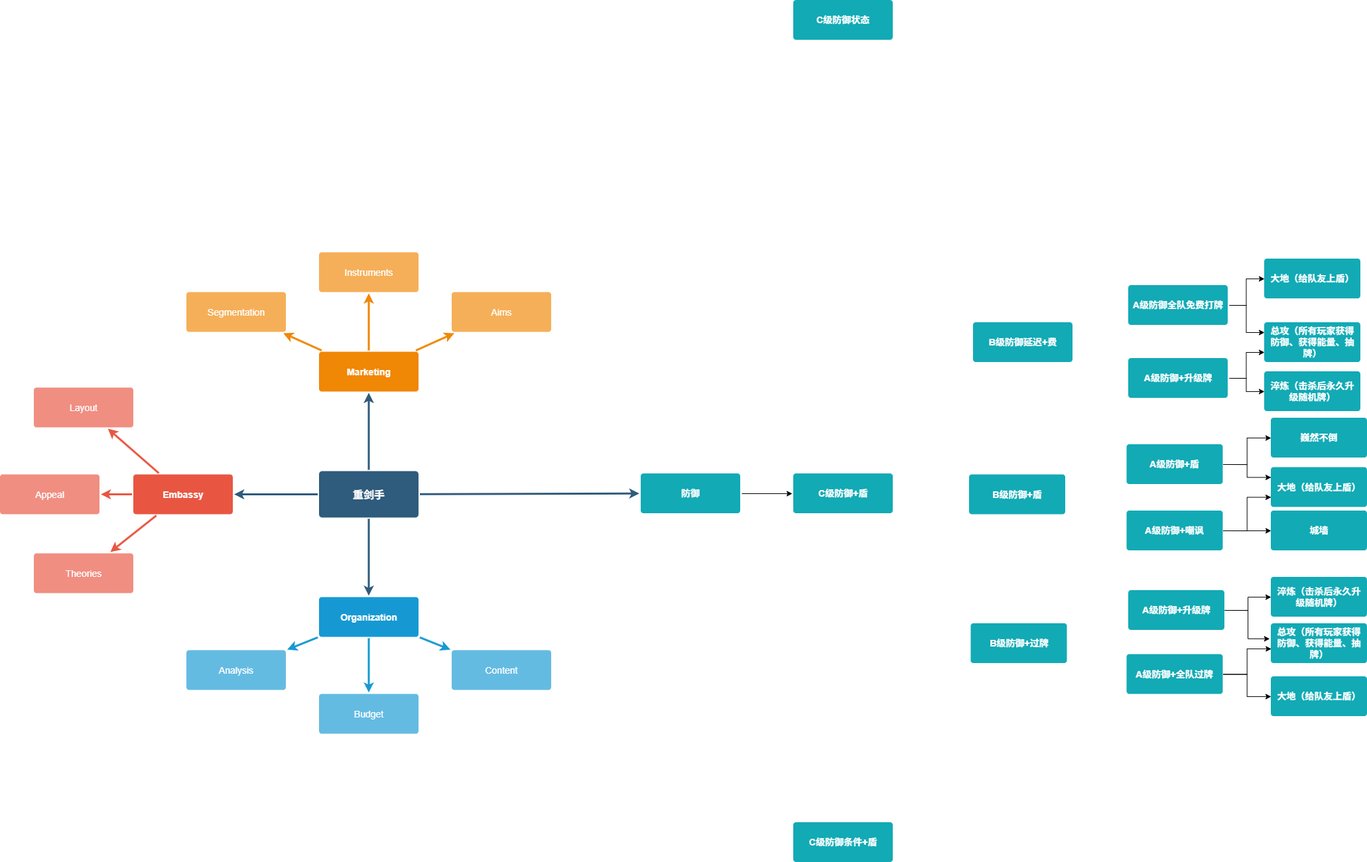
Before: README/角色设计/卡牌分支图/重剑手.png, a diagram exported from draw.io (114errors514warnings/CardTemplate---godot). Source tidied: cells renumbered, new cells last; positions are measured from the earlier drawing's top-left corner, leaving out a move shared by most shapes.
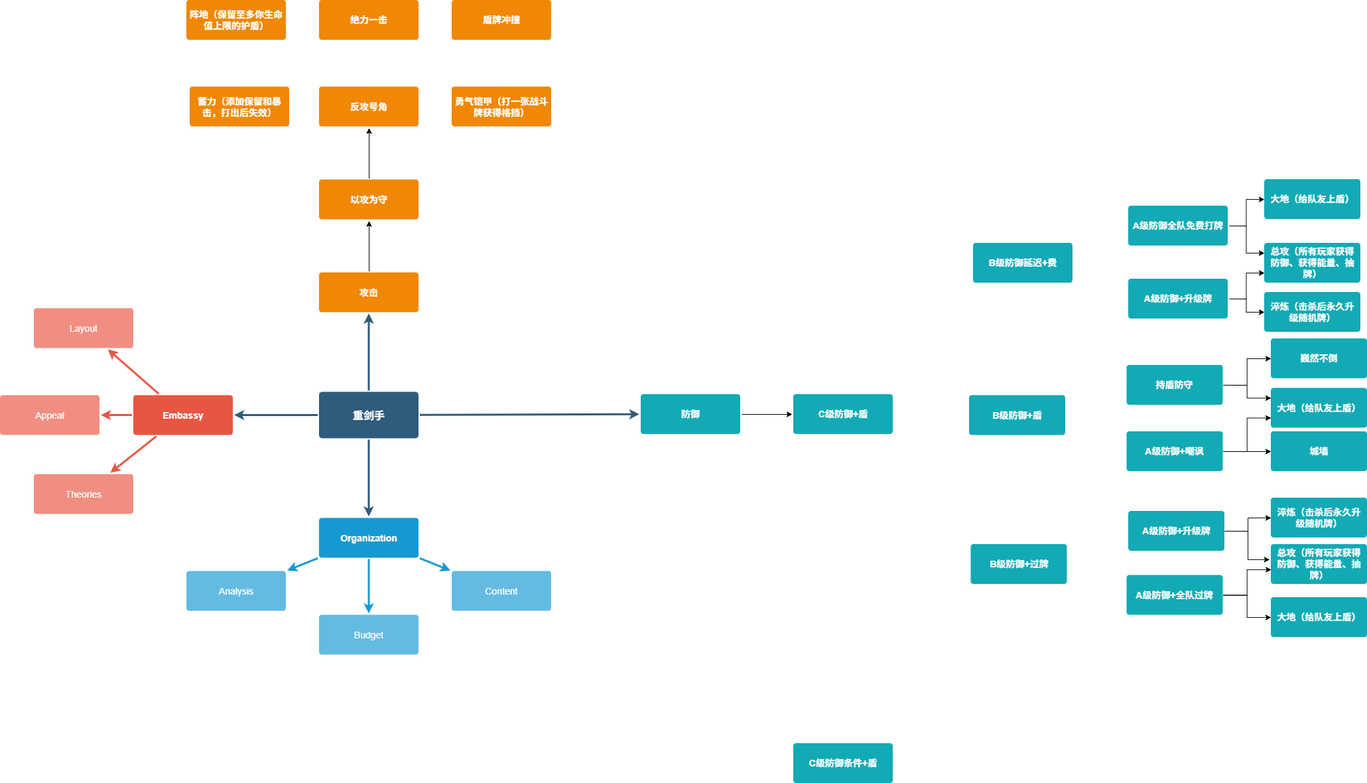
The same diagram one commit later.

Commit message:
重剑手额外更新

What changed in the source:
```diff
@@ -59,36 +59,18 @@
     <mxCell id="20" value="Analysis" style="rounded=1;whiteSpace=wrap;html=1;shadow=0;labelBackgroundColor=none;strokeColor=none;strokeWidth=3;fillColor=#64bbe2;fontFamily=Helvetica;fontSize=14;fontColor=#FFFFFF;align=center;spacing=5;arcSize=7;perimeterSpacing=2;" parent="1" vertex="1">
       <mxGeometry x="281" y="980.5" width="150" height="60" as="geometry" />
     </mxCell>
+    <mxCell id="63" style="edgeStyle=orthogonalEdgeStyle;rounded=0;jettySize=auto;html=1;" parent="1" edge="1" source="21" target="65">
+      <mxGeometry relative="1" as="geometry" />
+    </mxCell>
-    <mxCell id="21" value="Marketing" style="rounded=1;whiteSpace=wrap;html=1;shadow=0;labelBackgroundColor=none;strokeColor=none;strokeWidth=3;fillColor=#F08705;fontFamily=Helvetica;fontSize=14;fontColor=#FFFFFF;align=center;spacing=5;fontStyle=1;arcSize=7;perimeterSpacing=2;" parent="1" vertex="1">
+    <mxCell id="21" value="攻击" style="rounded=1;whiteSpace=wrap;html=1;shadow=0;labelBackgroundColor=none;strokeColor=none;strokeWidth=3;fillColor=#F08705;fontFamily=Helvetica;fontSize=14;fontColor=#FFFFFF;align=center;spacing=5;fontStyle=1;arcSize=7;perimeterSpacing=2;" parent="1" vertex="1">
       <mxGeometry x="481" y="530.5" width="150" height="60" as="geometry" />
     </mxCell>
-    <mxCell id="22" value="Aims&lt;br&gt;" style="rounded=1;whiteSpace=wrap;html=1;shadow=0;labelBackgroundColor=none;strokeColor=none;strokeWidth=3;fillColor=#f5af58;fontFamily=Helvetica;fontSize=14;fontColor=#FFFFFF;align=center;spacing=5;arcSize=7;perimeterSpacing=2;" parent="1" vertex="1">
-      <mxGeometry x="681" y="440.5" width="150" height="60" as="geometry" />
-    </mxCell>
-    <mxCell id="23" style="edgeStyle=none;rounded=0;jumpStyle=none;html=1;shadow=0;labelBackgroundColor=none;startArrow=none;startFill=0;endArrow=classic;endFill=1;jettySize=auto;strokeColor=#F08705;strokeWidth=3;fontFamily=Helvetica;fontSize=14;fontColor=#FFFFFF;spacing=5;" parent="1" edge="1" source="21" target="22">
-      <mxGeometry relative="1" as="geometry" />
-    </mxCell>
-    <mxCell id="24" value="Instruments" style="rounded=1;whiteSpace=wrap;html=1;shadow=0;labelBackgroundColor=none;strokeColor=none;strokeWidth=3;fillColor=#f5af58;fontFamily=Helvetica;fontSize=14;fontColor=#FFFFFF;align=center;spacing=5;arcSize=7;perimeterSpacing=2;" parent="1" vertex="1">
-      <mxGeometry x="481" y="380.5" width="150" height="60" as="geometry" />
-    </mxCell>
-    <mxCell id="25" style="edgeStyle=none;rounded=0;jumpStyle=none;html=1;shadow=0;labelBackgroundColor=none;startArrow=none;startFill=0;endArrow=classic;endFill=1;jettySize=auto;strokeColor=#F08705;strokeWidth=3;fontFamily=Helvetica;fontSize=14;fontColor=#FFFFFF;spacing=5;" parent="1" edge="1" source="21" target="24">
-      <mxGeometry relative="1" as="geometry" />
-    </mxCell>
-    <mxCell id="26" value="Segmentation" style="rounded=1;whiteSpace=wrap;html=1;shadow=0;labelBackgroundColor=none;strokeColor=none;strokeWidth=3;fillColor=#f5af58;fontFamily=Helvetica;fontSize=14;fontColor=#FFFFFF;align=center;spacing=5;arcSize=7;perimeterSpacing=2;" parent="1" vertex="1">
-      <mxGeometry x="281" y="440.5" width="150" height="60" as="geometry" />
-    </mxCell>
-    <mxCell id="27" style="edgeStyle=none;rounded=0;jumpStyle=none;html=1;shadow=0;labelBackgroundColor=none;startArrow=none;startFill=0;endArrow=classic;endFill=1;jettySize=auto;strokeColor=#F08705;strokeWidth=3;fontFamily=Helvetica;fontSize=14;fontColor=#FFFFFF;spacing=5;" parent="1" edge="1" source="21" target="26">
-      <mxGeometry relative="1" as="geometry" />
-    </mxCell>
     <mxCell id="28" style="edgeStyle=orthogonalEdgeStyle;rounded=0;jettySize=auto;html=1;" parent="1" edge="1" source="29" target="31">
       <mxGeometry relative="1" as="geometry" />
     </mxCell>
     <mxCell id="29" value="防御" style="rounded=1;whiteSpace=wrap;html=1;shadow=0;labelBackgroundColor=none;strokeColor=none;strokeWidth=3;fillColor=#12aab5;fontFamily=Helvetica;fontSize=14;fontColor=#FFFFFF;align=center;spacing=5;fontStyle=1;arcSize=7;perimeterSpacing=2;" parent="1" vertex="1">
       <mxGeometry x="966" y="714" width="150" height="60" as="geometry" />
     </mxCell>
-    <mxCell id="30" value="C级防御状态" style="rounded=1;whiteSpace=wrap;html=1;shadow=0;labelBackgroundColor=none;strokeColor=none;strokeWidth=3;fillColor=#12aab5;fontFamily=Helvetica;fontSize=14;fontColor=#FFFFFF;align=center;spacing=5;fontStyle=1;arcSize=7;perimeterSpacing=2;" parent="1" vertex="1">
-      <mxGeometry x="1196" width="150" height="60" as="geometry" />
-    </mxCell>
     <mxCell id="31" value="C级防御+盾" style="rounded=1;whiteSpace=wrap;html=1;shadow=0;labelBackgroundColor=none;strokeColor=none;strokeWidth=3;fillColor=#12aab5;fontFamily=Helvetica;fontSize=14;fontColor=#FFFFFF;align=center;spacing=5;fontStyle=1;arcSize=7;perimeterSpacing=2;" parent="1" vertex="1">
       <mxGeometry x="1196" y="714" width="150" height="60" as="geometry" />
     </mxCell>
@@ -130,7 +112,7 @@
     <mxCell id="43" style="edgeStyle=orthogonalEdgeStyle;rounded=0;jettySize=auto;html=1;exitX=1;exitY=0.5;exitDx=0;exitDy=0;entryX=0;entryY=0.25;entryDx=0;entryDy=0;" parent="1" edge="1" source="44" target="53">
       <mxGeometry relative="1" as="geometry" />
     </mxCell>
-    <mxCell id="44" value="A级防御+盾" style="whiteSpace=wrap;html=1;fontSize=14;fillColor=#12aab5;strokeColor=none;fontColor=#FFFFFF;rounded=1;shadow=0;labelBackgroundColor=none;strokeWidth=3;spacing=5;fontStyle=1;arcSize=7;" parent="1" vertex="1">
+    <mxCell id="44" value="持盾防守" style="whiteSpace=wrap;html=1;fontSize=14;fillColor=#12aab5;strokeColor=none;fontColor=#FFFFFF;rounded=1;shadow=0;labelBackgroundColor=none;strokeWidth=3;spacing=5;fontStyle=1;arcSize=7;" parent="1" vertex="1">
       <mxGeometry x="1698.5" y="670" width="145" height="60" as="geometry" />
     </mxCell>
     <mxCell id="45" style="edgeStyle=orthogonalEdgeStyle;rounded=0;jettySize=auto;html=1;exitX=1;exitY=0.5;exitDx=0;exitDy=0;entryX=0;entryY=0.5;entryDx=0;entryDy=0;" parent="1" edge="1" source="47" target="54">
@@ -187,5 +169,29 @@
     <mxCell id="62" value="淬炼（击杀后永久升级随机牌）" style="whiteSpace=wrap;html=1;fontSize=14;fillColor=#12aab5;strokeColor=none;fontColor=#FFFFFF;rounded=1;shadow=0;labelBackgroundColor=none;strokeWidth=3;spacing=5;fontStyle=1;arcSize=7;" parent="1" vertex="1">
       <mxGeometry x="1906" y="560" width="145" height="60" as="geometry" />
     </mxCell>
+    <mxCell id="64" style="edgeStyle=orthogonalEdgeStyle;rounded=0;jettySize=auto;html=1;" parent="1" edge="1" source="65" target="66">
+      <mxGeometry relative="1" as="geometry" />
+    </mxCell>
+    <mxCell id="65" value="以攻为守" style="rounded=1;whiteSpace=wrap;html=1;shadow=0;labelBackgroundColor=none;strokeColor=none;strokeWidth=3;fillColor=#F08705;fontFamily=Helvetica;fontSize=14;fontColor=#FFFFFF;align=center;spacing=5;fontStyle=1;arcSize=7;perimeterSpacing=2;" parent="1" vertex="1">
+      <mxGeometry x="481" y="390.5" width="150" height="60" as="geometry" />
+    </mxCell>
+    <mxCell id="66" value="反攻号角" style="rounded=1;whiteSpace=wrap;html=1;shadow=0;labelBackgroundColor=none;strokeColor=none;strokeWidth=3;fillColor=#F08705;fontFamily=Helvetica;fontSize=14;fontColor=#FFFFFF;align=center;spacing=5;fontStyle=1;arcSize=7;perimeterSpacing=2;" parent="1" vertex="1">
+      <mxGeometry x="481" y="250.5" width="150" height="60" as="geometry" />
+    </mxCell>
+    <mxCell id="67" value="勇气铠甲（打一张战斗牌获得格挡）" style="rounded=1;whiteSpace=wrap;html=1;shadow=0;labelBackgroundColor=none;strokeColor=none;strokeWidth=3;fillColor=#F08705;fontFamily=Helvetica;fontSize=14;fontColor=#FFFFFF;align=center;spacing=5;fontStyle=1;arcSize=7;perimeterSpacing=2;" parent="1" vertex="1">
+      <mxGeometry x="681" y="250.5" width="150" height="60" as="geometry" />
+    </mxCell>
+    <mxCell id="68" value="蓄力（添加保留和暴击，打出后失效）" style="rounded=1;whiteSpace=wrap;html=1;shadow=0;labelBackgroundColor=none;strokeColor=none;strokeWidth=3;fillColor=#F08705;fontFamily=Helvetica;fontSize=14;fontColor=#FFFFFF;align=center;spacing=5;fontStyle=1;arcSize=7;perimeterSpacing=2;" parent="1" vertex="1">
+      <mxGeometry x="286" y="250.5" width="150" height="60" as="geometry" />
+    </mxCell>
+    <mxCell id="69" value="绝力一击" style="rounded=1;whiteSpace=wrap;html=1;shadow=0;labelBackgroundColor=none;strokeColor=none;strokeWidth=3;fillColor=#F08705;fontFamily=Helvetica;fontSize=14;fontColor=#FFFFFF;align=center;spacing=5;fontStyle=1;arcSize=7;perimeterSpacing=2;" parent="1" vertex="1">
+      <mxGeometry x="481" y="120" width="150" height="60" as="geometry" />
+    </mxCell>
+    <mxCell id="70" value="盾牌冲撞" style="rounded=1;whiteSpace=wrap;html=1;shadow=0;labelBackgroundColor=none;strokeColor=none;strokeWidth=3;fillColor=#F08705;fontFamily=Helvetica;fontSize=14;fontColor=#FFFFFF;align=center;spacing=5;fontStyle=1;arcSize=7;perimeterSpacing=2;" parent="1" vertex="1">
+      <mxGeometry x="681" y="120" width="150" height="60" as="geometry" />
+    </mxCell>
+    <mxCell id="71" value="阵地（保留至多你生命值上限的护盾）" style="rounded=1;whiteSpace=wrap;html=1;shadow=0;labelBackgroundColor=none;strokeColor=none;strokeWidth=3;fillColor=#F08705;fontFamily=Helvetica;fontSize=14;fontColor=#FFFFFF;align=center;spacing=5;fontStyle=1;arcSize=7;perimeterSpacing=2;" parent="1" vertex="1">
+      <mxGeometry x="281" y="120" width="150" height="60" as="geometry" />
+    </mxCell>
   </root>
 </mxGraphModel>
```
